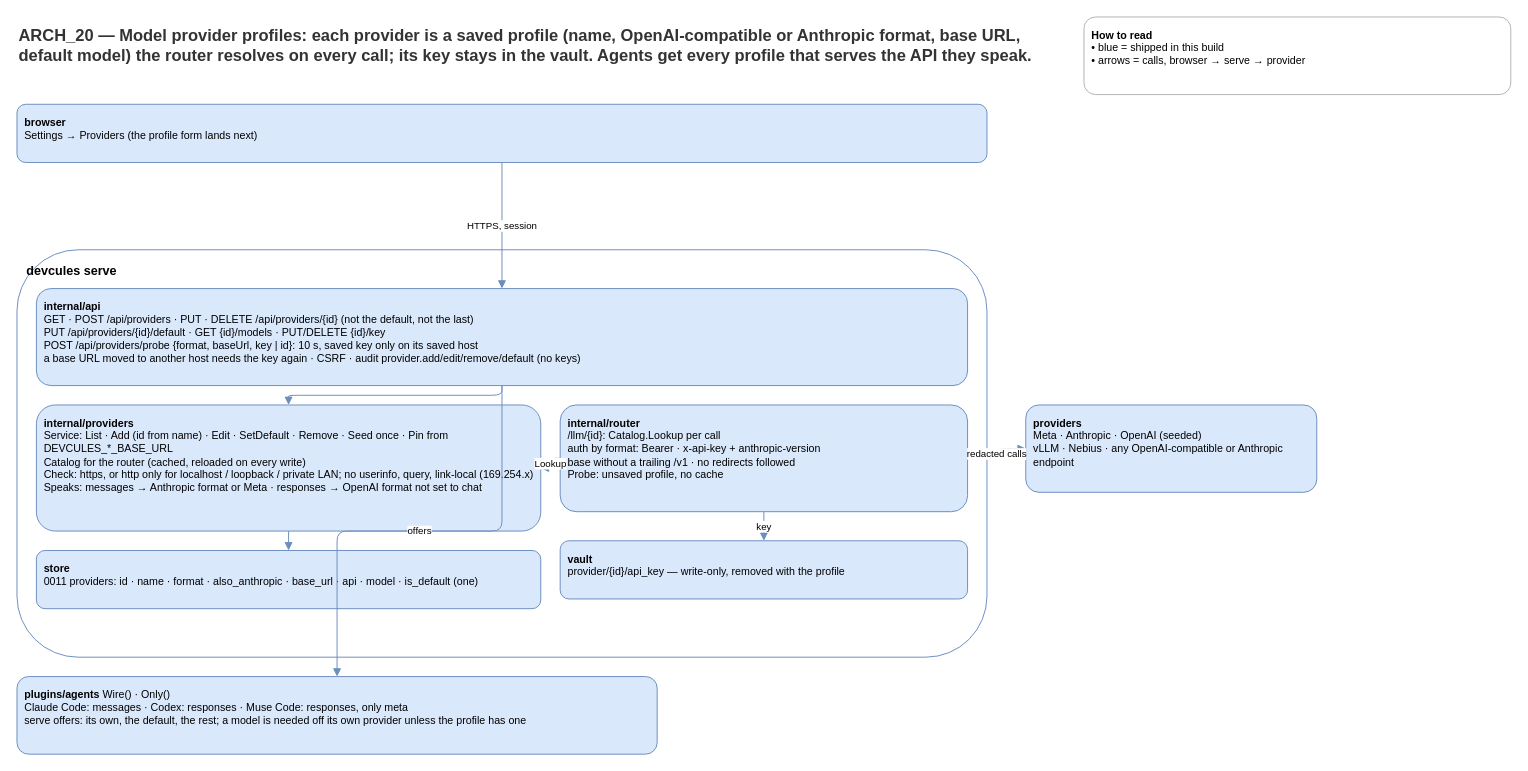
This is page "Arch_20" (20 of 21) of docs/diagrams/devcules-architecture.drawio from devcules/devcules, a draw.io file, before an edit. Source tidied: cells renumbered, new cells numbered last; positions are measured from the earlier drawing's top-left corner, leaving out a move shared by most shapes. Both pictures are drawn from the tidied source at 97%, with x=0, y=0 at pixel (16, 16).
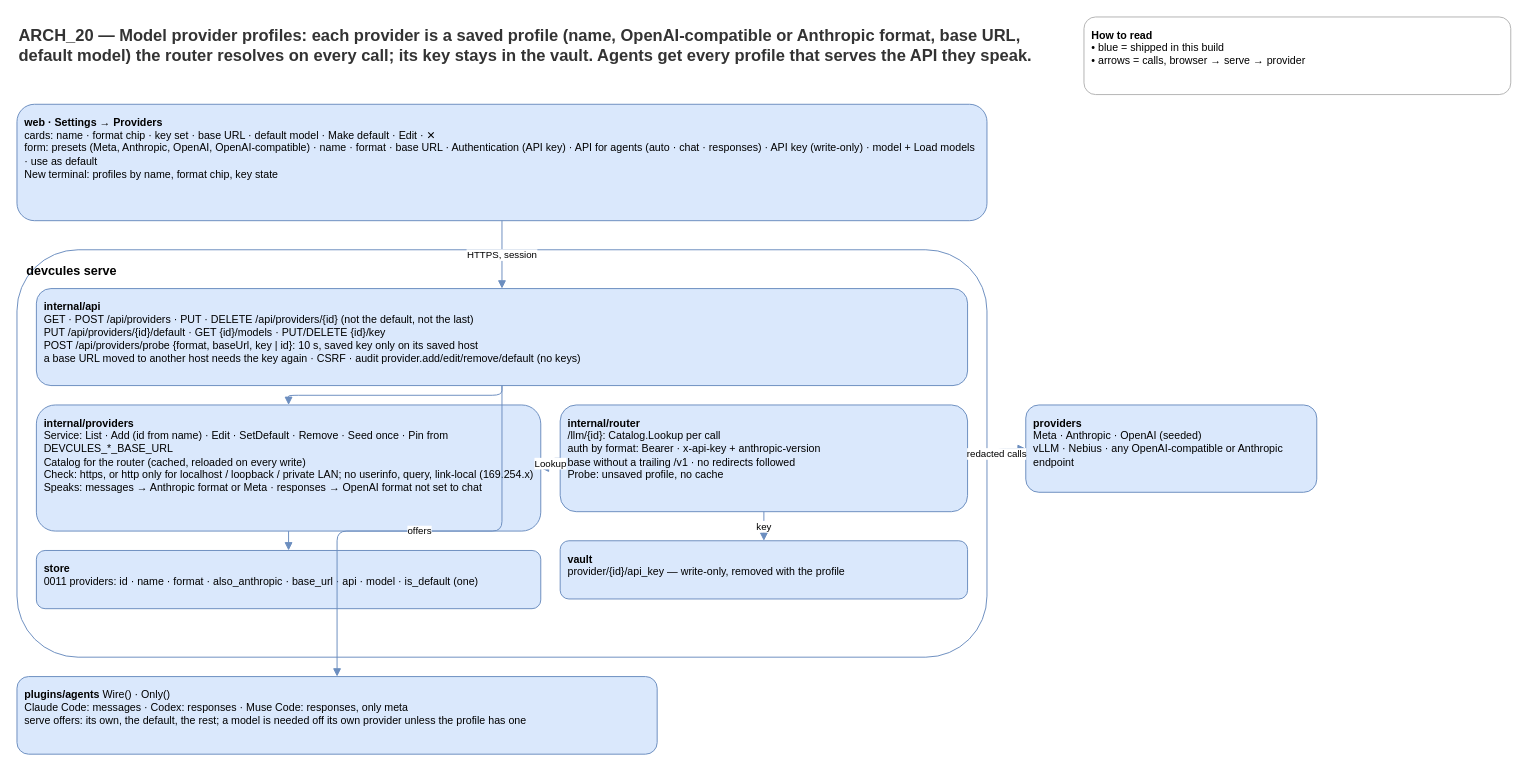
The same diagram, later.

What changed in the source:
```diff
@@
 <mxGraphModel>
   <root>
     <mxCell id="0" />
     <mxCell id="1" parent="0" />
     <mxCell id="2" value="&lt;b&gt;ARCH_20&lt;/b&gt; — Model provider profiles: each provider is a saved profile (name, OpenAI-compatible or Anthropic format, base URL, default model) the router resolves on every call; its key stays in the vault. Agents get every profile that serves the API they speak." style="text;html=1;strokeColor=none;fillColor=none;align=left;verticalAlign=middle;whiteSpace=wrap;fontSize=17;fontStyle=1;fontColor=#333333;" parent="1" vertex="1">
       <mxGeometry width="1060" height="60" as="geometry" />
     </mxCell>
     <mxCell id="3" value="&lt;b&gt;How to read&lt;/b&gt;&lt;br&gt;• blue = shipped in this build&lt;br&gt;• arrows = calls, browser → serve → provider" style="rounded=1;whiteSpace=wrap;html=1;fillColor=#FFFFFF;strokeColor=#B3B3B3;fontSize=11;align=left;verticalAlign=top;spacing=8;" parent="1" vertex="1">
       <mxGeometry x="1100" width="440" height="80" as="geometry" />
     </mxCell>
-    <mxCell id="4" value="&lt;b&gt;browser&lt;/b&gt;&lt;br&gt;Settings → Providers (the profile form lands next)" style="rounded=1;whiteSpace=wrap;html=1;fillColor=#DAE8FC;strokeColor=#6C8EBF;fontSize=11;align=left;verticalAlign=top;spacing=8;" parent="1" vertex="1">
-      <mxGeometry y="90" width="1000" height="60" as="geometry" />
+    <mxCell id="4" value="&lt;b&gt;web · Settings → Providers&lt;/b&gt;&lt;br&gt;cards: name · format chip · key set · base URL · default model · Make default · Edit · ✕&lt;br&gt;form: presets (Meta, Anthropic, OpenAI, OpenAI-compatible) · name · format · base URL · Authentication (API key) · API for agents (auto · chat · responses) · API key (write-only) · model + Load models · use as default&lt;br&gt;New terminal: profiles by name, format chip, key state" style="rounded=1;whiteSpace=wrap;html=1;fillColor=#DAE8FC;strokeColor=#6C8EBF;fontSize=11;align=left;verticalAlign=top;spacing=8;" parent="1" vertex="1">
+      <mxGeometry y="90" width="1000" height="120" as="geometry" />
     </mxCell>
     <mxCell id="5" value="&lt;b&gt;devcules serve&lt;/b&gt;" style="rounded=1;whiteSpace=wrap;html=1;fillColor=none;strokeColor=#6C8EBF;fontSize=13;fontStyle=1;align=left;verticalAlign=top;spacing=10;" parent="1" vertex="1">
       <mxGeometry y="240" width="1000" height="420" as="geometry" />
     </mxCell>
     <mxCell id="6" value="&lt;b&gt;internal/api&lt;/b&gt;&lt;br&gt;GET · POST /api/providers · PUT · DELETE /api/providers/{id} (not the default, not the last)&lt;br&gt;PUT /api/providers/{id}/default · GET {id}/models · PUT/DELETE {id}/key&lt;br&gt;POST /api/providers/probe {format, baseUrl, key | id}: 10 s, saved key only on its saved host&lt;br&gt;a base URL moved to another host needs the key again · CSRF · audit provider.add/edit/remove/default (no keys)" style="rounded=1;whiteSpace=wrap;html=1;fillColor=#DAE8FC;strokeColor=#6C8EBF;fontSize=11;align=left;verticalAlign=top;spacing=8;" parent="1" vertex="1">
       <mxGeometry x="20" y="280" width="960" height="100" as="geometry" />
     </mxCell>
     <mxCell id="7" value="&lt;b&gt;internal/providers&lt;/b&gt;&lt;br&gt;Service: List · Add (id from name) · Edit · SetDefault · Remove · Seed once · Pin from DEVCULES_*_BASE_URL&lt;br&gt;Catalog for the router (cached, reloaded on every write)&lt;br&gt;Check: https, or http only for localhost / loopback / private LAN; no userinfo, query, link-local (169.254.x)&lt;br&gt;Speaks: messages → Anthropic format or Meta · responses → OpenAI format not set to chat" style="rounded=1;whiteSpace=wrap;html=1;fillColor=#DAE8FC;strokeColor=#6C8EBF;fontSize=11;align=left;verticalAlign=top;spacing=8;" parent="1" vertex="1">
       <mxGeometry x="20" y="400" width="520" height="130" as="geometry" />
     </mxCell>
     <mxCell id="8" value="&lt;b&gt;internal/router&lt;/b&gt;&lt;br&gt;/llm/{id}: Catalog.Lookup per call&lt;br&gt;auth by format: Bearer · x-api-key + anthropic-version&lt;br&gt;base without a trailing /v1 · no redirects followed&lt;br&gt;Probe: unsaved profile, no cache" style="rounded=1;whiteSpace=wrap;html=1;fillColor=#DAE8FC;strokeColor=#6C8EBF;fontSize=11;align=left;verticalAlign=top;spacing=8;" parent="1" vertex="1">
       <mxGeometry x="560" y="400" width="420" height="110" as="geometry" />
     </mxCell>
     <mxCell id="9" value="&lt;b&gt;store&lt;/b&gt;&lt;br&gt;0011 providers: id · name · format · also_anthropic · base_url · api · model · is_default (one)" style="rounded=1;whiteSpace=wrap;html=1;fillColor=#DAE8FC;strokeColor=#6C8EBF;fontSize=11;align=left;verticalAlign=top;spacing=8;" parent="1" vertex="1">
       <mxGeometry x="20" y="550" width="520" height="60" as="geometry" />
     </mxCell>
     <mxCell id="10" value="&lt;b&gt;plugins/agents&lt;/b&gt; Wire() · Only()&lt;br&gt;Claude Code: messages · Codex: responses · Muse Code: responses, only meta&lt;br&gt;serve offers: its own, the default, the rest; a model is needed off its own provider unless the profile has one" style="rounded=1;whiteSpace=wrap;html=1;fillColor=#DAE8FC;strokeColor=#6C8EBF;fontSize=11;align=left;verticalAlign=top;spacing=8;" parent="1" vertex="1">
       <mxGeometry y="680" width="660" height="80" as="geometry" />
     </mxCell>
     <mxCell id="11" value="&lt;b&gt;vault&lt;/b&gt;&lt;br&gt;provider/{id}/api_key — write-only, removed with the profile" style="rounded=1;whiteSpace=wrap;html=1;fillColor=#DAE8FC;strokeColor=#6C8EBF;fontSize=11;align=left;verticalAlign=top;spacing=8;" parent="1" vertex="1">
       <mxGeometry x="560" y="540" width="420" height="60" as="geometry" />
     </mxCell>
     <mxCell id="12" value="&lt;b&gt;providers&lt;/b&gt;&lt;br&gt;Meta · Anthropic · OpenAI (seeded)&lt;br&gt;vLLM · Nebius · any OpenAI-compatible or Anthropic endpoint" style="rounded=1;whiteSpace=wrap;html=1;fillColor=#DAE8FC;strokeColor=#6C8EBF;fontSize=11;align=left;verticalAlign=top;spacing=8;" parent="1" vertex="1">
       <mxGeometry x="1040" y="400" width="300" height="90" as="geometry" />
     </mxCell>
     <mxCell id="13" value="HTTPS, session" style="edgeStyle=orthogonalEdgeStyle;rounded=1;html=1;fontSize=10;strokeColor=#6C8EBF;endArrow=block;" parent="1" edge="1" source="4" target="6">
       <mxGeometry relative="1" as="geometry" />
     </mxCell>
     <mxCell id="14" style="edgeStyle=orthogonalEdgeStyle;rounded=1;html=1;fontSize=10;strokeColor=#6C8EBF;endArrow=block;" parent="1" edge="1" source="6" target="7">
       <mxGeometry relative="1" as="geometry" />
     </mxCell>
     <mxCell id="15" style="edgeStyle=orthogonalEdgeStyle;rounded=1;html=1;fontSize=10;strokeColor=#6C8EBF;endArrow=block;" parent="1" edge="1" source="7" target="9">
       <mxGeometry relative="1" as="geometry" />
     </mxCell>
     <mxCell id="16" value="Lookup" style="edgeStyle=orthogonalEdgeStyle;rounded=1;html=1;fontSize=10;strokeColor=#6C8EBF;endArrow=block;" parent="1" edge="1" source="8" target="7">
       <mxGeometry relative="1" as="geometry" />
     </mxCell>
     <mxCell id="17" value="key" style="edgeStyle=orthogonalEdgeStyle;rounded=1;html=1;fontSize=10;strokeColor=#6C8EBF;endArrow=block;" parent="1" edge="1" source="8" target="11">
       <mxGeometry relative="1" as="geometry" />
     </mxCell>
     <mxCell id="18" value="redacted calls" style="edgeStyle=orthogonalEdgeStyle;rounded=1;html=1;fontSize=10;strokeColor=#6C8EBF;endArrow=block;" parent="1" edge="1" source="8" target="12">
       <mxGeometry relative="1" as="geometry" />
     </mxCell>
     <mxCell id="19" value="offers" style="edgeStyle=orthogonalEdgeStyle;rounded=1;html=1;fontSize=10;strokeColor=#6C8EBF;endArrow=block;" parent="1" edge="1" source="6" target="10">
       <mxGeometry relative="1" as="geometry" />
     </mxCell>
   </root>
 </mxGraphModel>
```
